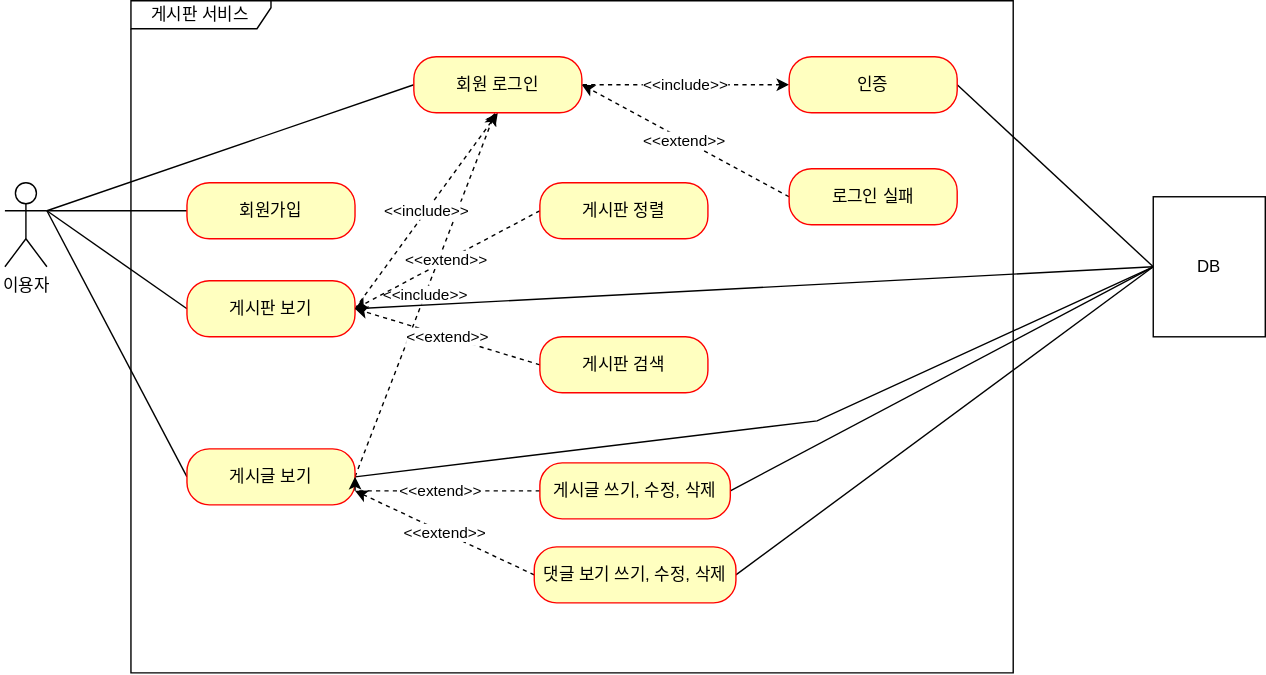
Before: document/use-case.svg, a diagram exported from draw.io (vartyor/project-board). Source tidied: cells renumbered, new cells last; positions are measured from the earlier drawing's top-left corner, leaving out a move shared by most shapes. The source it was exported from:
```xml
<mxGraphModel>
  <root>
    <mxCell id="0" />
    <mxCell id="1" parent="0" />
    <mxCell id="2" value="이용자" style="shape=umlActor;verticalLabelPosition=bottom;verticalAlign=top;html=1;" parent="1" vertex="1">
      <mxGeometry y="130" width="30" height="60" as="geometry" />
    </mxCell>
    <mxCell id="3" value="게시판 서비스" style="shape=umlFrame;whiteSpace=wrap;html=1;width=100;height=20;" parent="1" vertex="1">
      <mxGeometry x="90" width="630" height="480" as="geometry" />
    </mxCell>
    <mxCell id="4" style="rounded=0;jettySize=auto;html=1;exitX=0;exitY=0.5;exitDx=0;exitDy=0;endArrow=none;endFill=0;" parent="1" edge="1" source="5">
      <mxGeometry relative="1" as="geometry">
        <mxPoint x="30" y="150" as="targetPoint" />
      </mxGeometry>
    </mxCell>
    <mxCell id="5" value="회원가입" style="rounded=1;whiteSpace=wrap;html=1;arcSize=40;fontColor=#000000;fillColor=#ffffc0;strokeColor=#ff0000;" parent="1" vertex="1">
      <mxGeometry x="130" y="130" width="120" height="40" as="geometry" />
    </mxCell>
    <mxCell id="6" style="rounded=0;jettySize=auto;html=1;exitX=0;exitY=0.5;exitDx=0;exitDy=0;endArrow=none;endFill=0;" parent="1" edge="1" source="9">
      <mxGeometry relative="1" as="geometry">
        <mxPoint x="30" y="150" as="targetPoint" />
      </mxGeometry>
    </mxCell>
    <mxCell id="7" value="&amp;lt;&amp;lt;include&amp;gt;&amp;gt;" style="rounded=0;jettySize=auto;html=1;exitX=1;exitY=0.5;exitDx=0;exitDy=0;dashed=1;" parent="1" edge="1" source="9">
      <mxGeometry relative="1" as="geometry">
        <mxPoint x="350" y="80" as="targetPoint" />
      </mxGeometry>
    </mxCell>
    <mxCell id="8" style="edgeStyle=none;shape=connector;rounded=0;jettySize=auto;html=1;exitX=1;exitY=0.5;exitDx=0;exitDy=0;labelBackgroundColor=default;strokeColor=default;fontFamily=Helvetica;fontSize=11;fontColor=default;endArrow=none;endFill=0;" parent="1" edge="1" source="9">
      <mxGeometry relative="1" as="geometry">
        <mxPoint x="820" y="190" as="targetPoint" />
        <Array as="points">
          <mxPoint x="580" y="300" />
        </Array>
      </mxGeometry>
    </mxCell>
    <mxCell id="9" value="게시글 보기" style="rounded=1;whiteSpace=wrap;html=1;arcSize=40;fontColor=#000000;fillColor=#ffffc0;strokeColor=#ff0000;" parent="1" vertex="1">
      <mxGeometry x="130" y="320" width="120" height="40" as="geometry" />
    </mxCell>
    <mxCell id="10" style="rounded=0;jettySize=auto;html=1;exitX=0;exitY=0.5;exitDx=0;exitDy=0;endArrow=none;endFill=0;" parent="1" edge="1" source="13">
      <mxGeometry relative="1" as="geometry">
        <mxPoint x="30" y="150" as="targetPoint" />
      </mxGeometry>
    </mxCell>
    <mxCell id="11" value="&amp;lt;&amp;lt;include&amp;gt;&amp;gt;" style="rounded=0;jettySize=auto;html=1;exitX=1;exitY=0.5;exitDx=0;exitDy=0;entryX=0.5;entryY=1;entryDx=0;entryDy=0;dashed=1;" parent="1" edge="1" source="13" target="15">
      <mxGeometry relative="1" as="geometry" />
    </mxCell>
    <mxCell id="12" style="edgeStyle=none;shape=connector;rounded=0;jettySize=auto;html=1;exitX=1;exitY=0.5;exitDx=0;exitDy=0;entryX=0;entryY=0.5;entryDx=0;entryDy=0;labelBackgroundColor=default;strokeColor=default;fontFamily=Helvetica;fontSize=11;fontColor=default;endArrow=none;endFill=0;" parent="1" edge="1" source="13" target="31">
      <mxGeometry relative="1" as="geometry" />
    </mxCell>
    <mxCell id="13" value="게시판 보기" style="rounded=1;whiteSpace=wrap;html=1;arcSize=40;fontColor=#000000;fillColor=#ffffc0;strokeColor=#ff0000;" parent="1" vertex="1">
      <mxGeometry x="130" y="200" width="120" height="40" as="geometry" />
    </mxCell>
    <mxCell id="14" style="rounded=0;jettySize=auto;html=1;exitX=0;exitY=0.5;exitDx=0;exitDy=0;endArrow=none;endFill=0;" parent="1" edge="1" source="15">
      <mxGeometry relative="1" as="geometry">
        <mxPoint x="30" y="150" as="targetPoint" />
      </mxGeometry>
    </mxCell>
    <mxCell id="15" value="회원 로그인" style="rounded=1;whiteSpace=wrap;html=1;arcSize=40;fontColor=#000000;fillColor=#ffffc0;strokeColor=#ff0000;" parent="1" vertex="1">
      <mxGeometry x="292" y="40" width="120" height="40" as="geometry" />
    </mxCell>
    <mxCell id="16" value="&amp;lt;&amp;lt;include&amp;gt;&amp;gt;" style="edgeStyle=orthogonalEdgeStyle;rounded=0;jettySize=auto;html=1;exitX=0;exitY=0.5;exitDx=0;exitDy=0;entryX=1;entryY=0.5;entryDx=0;entryDy=0;endArrow=none;endFill=0;dashed=1;startArrow=classic;startFill=1;" parent="1" edge="1" source="18" target="15">
      <mxGeometry relative="1" as="geometry" />
    </mxCell>
    <mxCell id="17" style="rounded=0;jettySize=auto;html=1;exitX=1;exitY=0.5;exitDx=0;exitDy=0;entryX=0;entryY=0.5;entryDx=0;entryDy=0;endArrow=none;endFill=0;" parent="1" edge="1" source="18" target="31">
      <mxGeometry relative="1" as="geometry" />
    </mxCell>
    <mxCell id="18" value="인증" style="rounded=1;whiteSpace=wrap;html=1;arcSize=40;fontColor=#000000;fillColor=#ffffc0;strokeColor=#ff0000;" parent="1" vertex="1">
      <mxGeometry x="560" y="40" width="120" height="40" as="geometry" />
    </mxCell>
    <mxCell id="19" value="&amp;lt;&amp;lt;extend&amp;gt;&amp;gt;" style="rounded=0;jettySize=auto;html=1;exitX=0;exitY=0.5;exitDx=0;exitDy=0;entryX=1;entryY=0.5;entryDx=0;entryDy=0;endArrow=classic;endFill=1;dashed=1;" parent="1" edge="1" source="20" target="15">
      <mxGeometry relative="1" as="geometry" />
    </mxCell>
    <mxCell id="20" value="로그인 실패" style="rounded=1;whiteSpace=wrap;html=1;arcSize=40;fontColor=#000000;fillColor=#ffffc0;strokeColor=#ff0000;" parent="1" vertex="1">
      <mxGeometry x="560" y="120" width="120" height="40" as="geometry" />
    </mxCell>
    <mxCell id="21" value="&amp;lt;&amp;lt;extend&amp;gt;&amp;gt;" style="rounded=0;jettySize=auto;html=1;exitX=0;exitY=0.5;exitDx=0;exitDy=0;dashed=1;" parent="1" edge="1" source="22">
      <mxGeometry relative="1" as="geometry">
        <mxPoint x="250" y="220" as="targetPoint" />
      </mxGeometry>
    </mxCell>
    <mxCell id="22" value="게시판 검색" style="rounded=1;whiteSpace=wrap;html=1;arcSize=40;fontColor=#000000;fillColor=#ffffc0;strokeColor=#ff0000;" parent="1" vertex="1">
      <mxGeometry x="382" y="240" width="120" height="40" as="geometry" />
    </mxCell>
    <mxCell id="23" value="&amp;lt;&amp;lt;extend&amp;gt;&amp;gt;" style="rounded=0;jettySize=auto;html=1;exitX=0;exitY=0.5;exitDx=0;exitDy=0;entryX=1;entryY=0.5;entryDx=0;entryDy=0;dashed=1;" parent="1" edge="1" source="24" target="13">
      <mxGeometry relative="1" as="geometry" />
    </mxCell>
    <mxCell id="24" value="게시판 정렬" style="rounded=1;whiteSpace=wrap;html=1;arcSize=40;fontColor=#000000;fillColor=#ffffc0;strokeColor=#ff0000;" parent="1" vertex="1">
      <mxGeometry x="382" y="130" width="120" height="40" as="geometry" />
    </mxCell>
    <mxCell id="25" value="&amp;lt;&amp;lt;extend&amp;gt;&amp;gt;" style="edgeStyle=orthogonalEdgeStyle;rounded=0;jettySize=auto;html=1;exitX=0;exitY=0.5;exitDx=0;exitDy=0;entryX=1;entryY=0.5;entryDx=0;entryDy=0;dashed=1;" parent="1" edge="1" source="27" target="9">
      <mxGeometry relative="1" as="geometry">
        <Array as="points">
          <mxPoint x="340" y="350" />
          <mxPoint x="340" y="350" />
        </Array>
      </mxGeometry>
    </mxCell>
    <mxCell id="26" style="edgeStyle=none;shape=connector;rounded=0;jettySize=auto;html=1;exitX=1;exitY=0.5;exitDx=0;exitDy=0;entryX=0;entryY=0.5;entryDx=0;entryDy=0;labelBackgroundColor=default;strokeColor=default;fontFamily=Helvetica;fontSize=11;fontColor=default;endArrow=none;endFill=0;" parent="1" edge="1" source="27" target="31">
      <mxGeometry relative="1" as="geometry" />
    </mxCell>
    <mxCell id="27" value="게시글 쓰기, 수정, 삭제" style="rounded=1;whiteSpace=wrap;html=1;arcSize=40;fontColor=#000000;fillColor=#ffffc0;strokeColor=#ff0000;" parent="1" vertex="1">
      <mxGeometry x="382" y="330" width="136" height="40" as="geometry" />
    </mxCell>
    <mxCell id="28" value="&amp;lt;&amp;lt;extend&amp;gt;&amp;gt;" style="rounded=0;jettySize=auto;html=1;exitX=0;exitY=0.5;exitDx=0;exitDy=0;dashed=1;" parent="1" edge="1" source="30">
      <mxGeometry relative="1" as="geometry">
        <mxPoint x="250" y="350" as="targetPoint" />
      </mxGeometry>
    </mxCell>
    <mxCell id="29" style="edgeStyle=none;shape=connector;rounded=0;jettySize=auto;html=1;exitX=1;exitY=0.5;exitDx=0;exitDy=0;entryX=0;entryY=0.5;entryDx=0;entryDy=0;labelBackgroundColor=default;strokeColor=default;fontFamily=Helvetica;fontSize=11;fontColor=default;endArrow=none;endFill=0;" parent="1" edge="1" source="30" target="31">
      <mxGeometry relative="1" as="geometry" />
    </mxCell>
    <mxCell id="30" value="댓글 보기 쓰기, 수정, 삭제" style="rounded=1;whiteSpace=wrap;html=1;arcSize=40;fontColor=#000000;fillColor=#ffffc0;strokeColor=#ff0000;" parent="1" vertex="1">
      <mxGeometry x="378" y="390" width="144" height="40" as="geometry" />
    </mxCell>
    <mxCell id="31" value="DB" style="html=1;whiteSpace=wrap;" parent="1" vertex="1">
      <mxGeometry x="820" y="140" width="80" height="100" as="geometry" />
    </mxCell>
  </root>
</mxGraphModel>
```
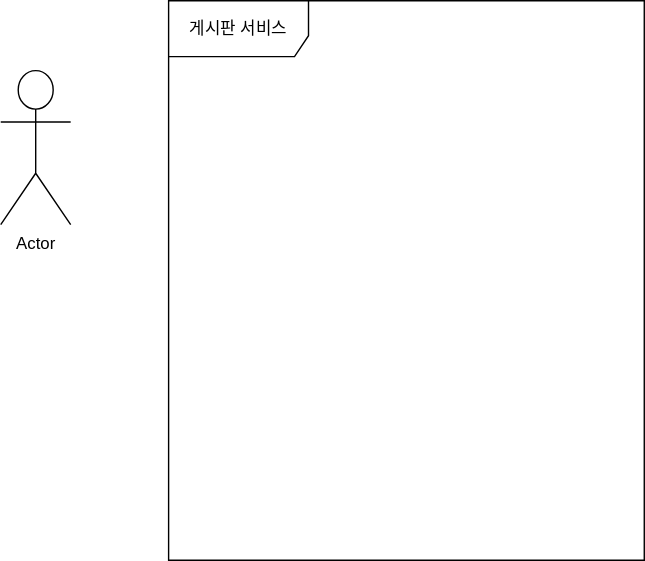
Later version of the same file.

Commit message:
#1 - 유즈 케이스 작성 연습

Change to the diagram source:
```diff
@@ -2,119 +2,11 @@
   <root>
     <mxCell id="0" />
     <mxCell id="1" parent="0" />
-    <mxCell id="2" value="이용자" style="shape=umlActor;verticalLabelPosition=bottom;verticalAlign=top;html=1;" parent="1" vertex="1">
-      <mxGeometry y="130" width="30" height="60" as="geometry" />
-    </mxCell>
+    <mxCell id="32" value="Actor" style="shape=umlActor;verticalLabelPosition=bottom;verticalAlign=top;html=1;" parent="1" vertex="1">
+      <mxGeometry x="-30" y="50" width="50" height="110" as="geometry" />
+    </mxCell>
-    <mxCell id="3" value="게시판 서비스" style="shape=umlFrame;whiteSpace=wrap;html=1;width=100;height=20;" parent="1" vertex="1">
-      <mxGeometry x="90" width="630" height="480" as="geometry" />
+    <mxCell id="3" value="게시판 서비스" style="shape=umlFrame;whiteSpace=wrap;html=1;width=100;height=40;" parent="1" vertex="1">
+      <mxGeometry x="90" width="340" height="400" as="geometry" />
     </mxCell>
-    <mxCell id="4" style="rounded=0;jettySize=auto;html=1;exitX=0;exitY=0.5;exitDx=0;exitDy=0;endArrow=none;endFill=0;" parent="1" edge="1" source="5">
-      <mxGeometry relative="1" as="geometry">
-        <mxPoint x="30" y="150" as="targetPoint" />
-      </mxGeometry>
-    </mxCell>
-    <mxCell id="5" value="회원가입" style="rounded=1;whiteSpace=wrap;html=1;arcSize=40;fontColor=#000000;fillColor=#ffffc0;strokeColor=#ff0000;" parent="1" vertex="1">
-      <mxGeometry x="130" y="130" width="120" height="40" as="geometry" />
-    </mxCell>
-    <mxCell id="6" style="rounded=0;jettySize=auto;html=1;exitX=0;exitY=0.5;exitDx=0;exitDy=0;endArrow=none;endFill=0;" parent="1" edge="1" source="9">
-      <mxGeometry relative="1" as="geometry">
-        <mxPoint x="30" y="150" as="targetPoint" />
-      </mxGeometry>
-    </mxCell>
-    <mxCell id="7" value="&amp;lt;&amp;lt;include&amp;gt;&amp;gt;" style="rounded=0;jettySize=auto;html=1;exitX=1;exitY=0.5;exitDx=0;exitDy=0;dashed=1;" parent="1" edge="1" source="9">
-      <mxGeometry relative="1" as="geometry">
-        <mxPoint x="350" y="80" as="targetPoint" />
-      </mxGeometry>
-    </mxCell>
-    <mxCell id="8" style="edgeStyle=none;shape=connector;rounded=0;jettySize=auto;html=1;exitX=1;exitY=0.5;exitDx=0;exitDy=0;labelBackgroundColor=default;strokeColor=default;fontFamily=Helvetica;fontSize=11;fontColor=default;endArrow=none;endFill=0;" parent="1" edge="1" source="9">
-      <mxGeometry relative="1" as="geometry">
-        <mxPoint x="820" y="190" as="targetPoint" />
-        <Array as="points">
-          <mxPoint x="580" y="300" />
-        </Array>
-      </mxGeometry>
-    </mxCell>
-    <mxCell id="9" value="게시글 보기" style="rounded=1;whiteSpace=wrap;html=1;arcSize=40;fontColor=#000000;fillColor=#ffffc0;strokeColor=#ff0000;" parent="1" vertex="1">
-      <mxGeometry x="130" y="320" width="120" height="40" as="geometry" />
-    </mxCell>
-    <mxCell id="10" style="rounded=0;jettySize=auto;html=1;exitX=0;exitY=0.5;exitDx=0;exitDy=0;endArrow=none;endFill=0;" parent="1" edge="1" source="13">
-      <mxGeometry relative="1" as="geometry">
-        <mxPoint x="30" y="150" as="targetPoint" />
-      </mxGeometry>
-    </mxCell>
-    <mxCell id="11" value="&amp;lt;&amp;lt;include&amp;gt;&amp;gt;" style="rounded=0;jettySize=auto;html=1;exitX=1;exitY=0.5;exitDx=0;exitDy=0;entryX=0.5;entryY=1;entryDx=0;entryDy=0;dashed=1;" parent="1" edge="1" source="13" target="15">
-      <mxGeometry relative="1" as="geometry" />
-    </mxCell>
-    <mxCell id="12" style="edgeStyle=none;shape=connector;rounded=0;jettySize=auto;html=1;exitX=1;exitY=0.5;exitDx=0;exitDy=0;entryX=0;entryY=0.5;entryDx=0;entryDy=0;labelBackgroundColor=default;strokeColor=default;fontFamily=Helvetica;fontSize=11;fontColor=default;endArrow=none;endFill=0;" parent="1" edge="1" source="13" target="31">
-      <mxGeometry relative="1" as="geometry" />
-    </mxCell>
-    <mxCell id="13" value="게시판 보기" style="rounded=1;whiteSpace=wrap;html=1;arcSize=40;fontColor=#000000;fillColor=#ffffc0;strokeColor=#ff0000;" parent="1" vertex="1">
-      <mxGeometry x="130" y="200" width="120" height="40" as="geometry" />
-    </mxCell>
-    <mxCell id="14" style="rounded=0;jettySize=auto;html=1;exitX=0;exitY=0.5;exitDx=0;exitDy=0;endArrow=none;endFill=0;" parent="1" edge="1" source="15">
-      <mxGeometry relative="1" as="geometry">
-        <mxPoint x="30" y="150" as="targetPoint" />
-      </mxGeometry>
-    </mxCell>
-    <mxCell id="15" value="회원 로그인" style="rounded=1;whiteSpace=wrap;html=1;arcSize=40;fontColor=#000000;fillColor=#ffffc0;strokeColor=#ff0000;" parent="1" vertex="1">
-      <mxGeometry x="292" y="40" width="120" height="40" as="geometry" />
-    </mxCell>
-    <mxCell id="16" value="&amp;lt;&amp;lt;include&amp;gt;&amp;gt;" style="edgeStyle=orthogonalEdgeStyle;rounded=0;jettySize=auto;html=1;exitX=0;exitY=0.5;exitDx=0;exitDy=0;entryX=1;entryY=0.5;entryDx=0;entryDy=0;endArrow=none;endFill=0;dashed=1;startArrow=classic;startFill=1;" parent="1" edge="1" source="18" target="15">
-      <mxGeometry relative="1" as="geometry" />
-    </mxCell>
-    <mxCell id="17" style="rounded=0;jettySize=auto;html=1;exitX=1;exitY=0.5;exitDx=0;exitDy=0;entryX=0;entryY=0.5;entryDx=0;entryDy=0;endArrow=none;endFill=0;" parent="1" edge="1" source="18" target="31">
-      <mxGeometry relative="1" as="geometry" />
-    </mxCell>
-    <mxCell id="18" value="인증" style="rounded=1;whiteSpace=wrap;html=1;arcSize=40;fontColor=#000000;fillColor=#ffffc0;strokeColor=#ff0000;" parent="1" vertex="1">
-      <mxGeometry x="560" y="40" width="120" height="40" as="geometry" />
-    </mxCell>
-    <mxCell id="19" value="&amp;lt;&amp;lt;extend&amp;gt;&amp;gt;" style="rounded=0;jettySize=auto;html=1;exitX=0;exitY=0.5;exitDx=0;exitDy=0;entryX=1;entryY=0.5;entryDx=0;entryDy=0;endArrow=classic;endFill=1;dashed=1;" parent="1" edge="1" source="20" target="15">
-      <mxGeometry relative="1" as="geometry" />
-    </mxCell>
-    <mxCell id="20" value="로그인 실패" style="rounded=1;whiteSpace=wrap;html=1;arcSize=40;fontColor=#000000;fillColor=#ffffc0;strokeColor=#ff0000;" parent="1" vertex="1">
-      <mxGeometry x="560" y="120" width="120" height="40" as="geometry" />
-    </mxCell>
-    <mxCell id="21" value="&amp;lt;&amp;lt;extend&amp;gt;&amp;gt;" style="rounded=0;jettySize=auto;html=1;exitX=0;exitY=0.5;exitDx=0;exitDy=0;dashed=1;" parent="1" edge="1" source="22">
-      <mxGeometry relative="1" as="geometry">
-        <mxPoint x="250" y="220" as="targetPoint" />
-      </mxGeometry>
-    </mxCell>
-    <mxCell id="22" value="게시판 검색" style="rounded=1;whiteSpace=wrap;html=1;arcSize=40;fontColor=#000000;fillColor=#ffffc0;strokeColor=#ff0000;" parent="1" vertex="1">
-      <mxGeometry x="382" y="240" width="120" height="40" as="geometry" />
-    </mxCell>
-    <mxCell id="23" value="&amp;lt;&amp;lt;extend&amp;gt;&amp;gt;" style="rounded=0;jettySize=auto;html=1;exitX=0;exitY=0.5;exitDx=0;exitDy=0;entryX=1;entryY=0.5;entryDx=0;entryDy=0;dashed=1;" parent="1" edge="1" source="24" target="13">
-      <mxGeometry relative="1" as="geometry" />
-    </mxCell>
-    <mxCell id="24" value="게시판 정렬" style="rounded=1;whiteSpace=wrap;html=1;arcSize=40;fontColor=#000000;fillColor=#ffffc0;strokeColor=#ff0000;" parent="1" vertex="1">
-      <mxGeometry x="382" y="130" width="120" height="40" as="geometry" />
-    </mxCell>
-    <mxCell id="25" value="&amp;lt;&amp;lt;extend&amp;gt;&amp;gt;" style="edgeStyle=orthogonalEdgeStyle;rounded=0;jettySize=auto;html=1;exitX=0;exitY=0.5;exitDx=0;exitDy=0;entryX=1;entryY=0.5;entryDx=0;entryDy=0;dashed=1;" parent="1" edge="1" source="27" target="9">
-      <mxGeometry relative="1" as="geometry">
-        <Array as="points">
-          <mxPoint x="340" y="350" />
-          <mxPoint x="340" y="350" />
-        </Array>
-      </mxGeometry>
-    </mxCell>
-    <mxCell id="26" style="edgeStyle=none;shape=connector;rounded=0;jettySize=auto;html=1;exitX=1;exitY=0.5;exitDx=0;exitDy=0;entryX=0;entryY=0.5;entryDx=0;entryDy=0;labelBackgroundColor=default;strokeColor=default;fontFamily=Helvetica;fontSize=11;fontColor=default;endArrow=none;endFill=0;" parent="1" edge="1" source="27" target="31">
-      <mxGeometry relative="1" as="geometry" />
-    </mxCell>
-    <mxCell id="27" value="게시글 쓰기, 수정, 삭제" style="rounded=1;whiteSpace=wrap;html=1;arcSize=40;fontColor=#000000;fillColor=#ffffc0;strokeColor=#ff0000;" parent="1" vertex="1">
-      <mxGeometry x="382" y="330" width="136" height="40" as="geometry" />
-    </mxCell>
-    <mxCell id="28" value="&amp;lt;&amp;lt;extend&amp;gt;&amp;gt;" style="rounded=0;jettySize=auto;html=1;exitX=0;exitY=0.5;exitDx=0;exitDy=0;dashed=1;" parent="1" edge="1" source="30">
-      <mxGeometry relative="1" as="geometry">
-        <mxPoint x="250" y="350" as="targetPoint" />
-      </mxGeometry>
-    </mxCell>
-    <mxCell id="29" style="edgeStyle=none;shape=connector;rounded=0;jettySize=auto;html=1;exitX=1;exitY=0.5;exitDx=0;exitDy=0;entryX=0;entryY=0.5;entryDx=0;entryDy=0;labelBackgroundColor=default;strokeColor=default;fontFamily=Helvetica;fontSize=11;fontColor=default;endArrow=none;endFill=0;" parent="1" edge="1" source="30" target="31">
-      <mxGeometry relative="1" as="geometry" />
-    </mxCell>
-    <mxCell id="30" value="댓글 보기 쓰기, 수정, 삭제" style="rounded=1;whiteSpace=wrap;html=1;arcSize=40;fontColor=#000000;fillColor=#ffffc0;strokeColor=#ff0000;" parent="1" vertex="1">
-      <mxGeometry x="378" y="390" width="144" height="40" as="geometry" />
-    </mxCell>
-    <mxCell id="31" value="DB" style="html=1;whiteSpace=wrap;" parent="1" vertex="1">
-      <mxGeometry x="820" y="140" width="80" height="100" as="geometry" />
-    </mxCell>
   </root>
 </mxGraphModel>
```
